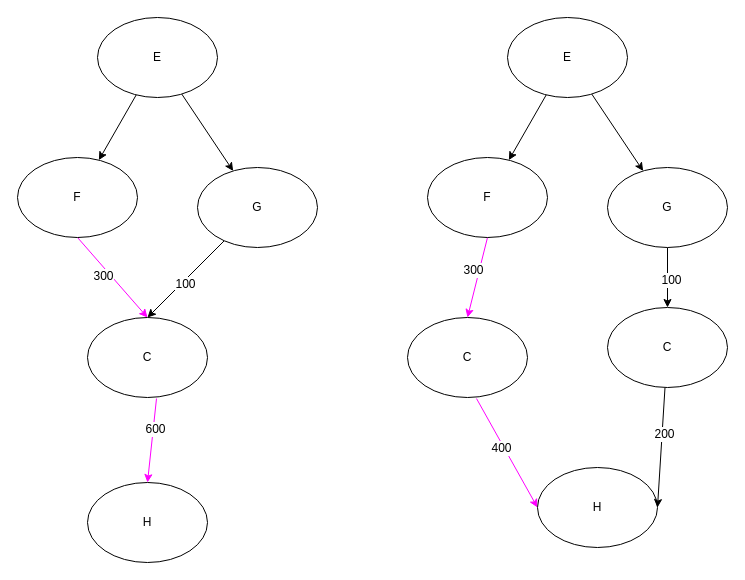
Before: 接口拓扑.drawio in biuboombiuboom/mydrawio, a draw.io diagram. Source tidied: cells renumbered, new cells numbered last; positions are measured from the earlier drawing's top-left corner, leaving out a move shared by most shapes. Both pictures are drawn from the tidied source at 100%, with x=0, y=0 at pixel (17, 17).
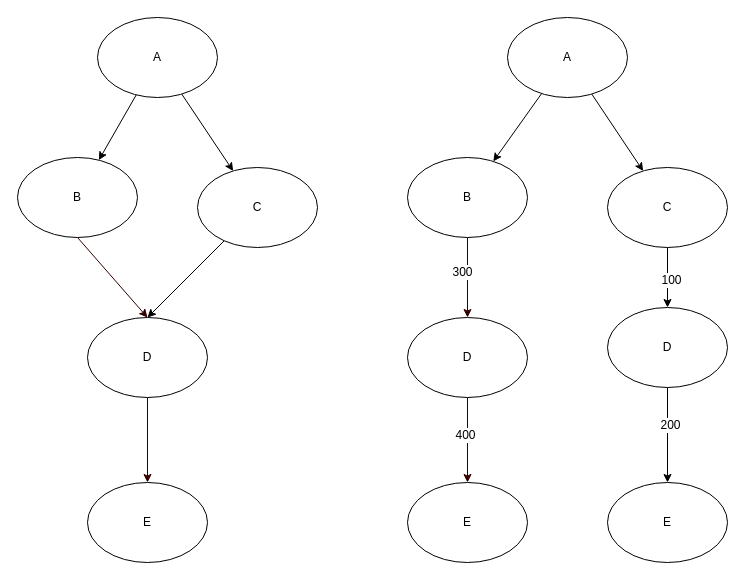
Above is the later version.

Commit message:
更新接口拓扑.drawio

Unchanged cells that the change refers to:
```xml
<mxCell id="25" style="rounded=0;jettySize=auto;html=1;fontFamily=Helvetica;fontSize=12;fontColor=default;" parent="1" edge="1" source="27">
  <mxGeometry relative="1" as="geometry">
    <mxPoint x="130" y="300" as="targetPoint" />
  </mxGeometry>
</mxCell>
```

The edit, as a diff of the source:
```diff
@@
-    <mxCell id="2" style="rounded=0;jettySize=auto;html=1;exitX=0.575;exitY=1.013;exitDx=0;exitDy=0;strokeColor=#FF00FF;exitPerimeter=0;entryX=0;entryY=0.5;entryDx=0;entryDy=0;" parent="1" edge="1" source="15" target="7">
+    <mxCell id="2" style="rounded=0;jettySize=auto;html=1;strokeColor=#330000;entryX=0.5;entryY=0;entryDx=0;entryDy=0;exitX=0.5;exitY=1;exitDx=0;exitDy=0;" parent="1" edge="1" source="15" target="7">
       <mxGeometry relative="1" as="geometry" />
     </mxCell>
@@
-    <mxCell id="4" style="rounded=0;jettySize=auto;html=1;entryX=0.5;entryY=0;entryDx=0;entryDy=0;strokeColor=#FF00FF;exitX=0.5;exitY=1;exitDx=0;exitDy=0;" parent="1" edge="1" source="6" target="15">
+    <mxCell id="4" style="rounded=0;jettySize=auto;html=1;entryX=0.5;entryY=0;entryDx=0;entryDy=0;strokeColor=#330000;exitX=0.5;exitY=1;exitDx=0;exitDy=0;" parent="1" edge="1" source="6" target="15">
       <mxGeometry relative="1" as="geometry" />
     </mxCell>
@@
-    <mxCell id="6" value="F" style="ellipse;whiteSpace=wrap;html=1;" parent="1" vertex="1">
-      <mxGeometry x="410" y="140" width="120" height="80" as="geometry" />
+    <mxCell id="6" value="B" style="ellipse;whiteSpace=wrap;html=1;" parent="1" vertex="1">
+      <mxGeometry x="390" y="140" width="120" height="80" as="geometry" />
     </mxCell>
-    <mxCell id="7" value="H" style="ellipse;whiteSpace=wrap;html=1;" parent="1" vertex="1">
-      <mxGeometry x="520" y="450" width="120" height="80" as="geometry" />
+    <mxCell id="7" value="E" style="ellipse;whiteSpace=wrap;html=1;" parent="1" vertex="1">
+      <mxGeometry x="390" y="465" width="120" height="80" as="geometry" />
     </mxCell>
@@
-    <mxCell id="10" value="G" style="ellipse;whiteSpace=wrap;html=1;" parent="1" vertex="1">
+    <mxCell id="10" value="C" style="ellipse;whiteSpace=wrap;html=1;" parent="1" vertex="1">
       <mxGeometry x="590" y="150" width="120" height="80" as="geometry" />
     </mxCell>
@@
-    <mxCell id="14" value="E" style="ellipse;whiteSpace=wrap;html=1;" parent="1" vertex="1">
+    <mxCell id="14" value="A" style="ellipse;whiteSpace=wrap;html=1;" parent="1" vertex="1">
       <mxGeometry x="490" width="120" height="80" as="geometry" />
     </mxCell>
-    <mxCell id="15" value="C" style="ellipse;whiteSpace=wrap;html=1;" parent="1" vertex="1">
+    <mxCell id="15" value="D" style="ellipse;whiteSpace=wrap;html=1;" parent="1" vertex="1">
       <mxGeometry x="390" y="300" width="120" height="80" as="geometry" />
     </mxCell>
-    <mxCell id="16" style="rounded=0;jettySize=auto;html=1;entryX=1;entryY=0.5;entryDx=0;entryDy=0;fontFamily=Helvetica;fontSize=12;fontColor=default;" parent="1" edge="1" source="18" target="7">
+    <mxCell id="16" style="rounded=0;jettySize=auto;html=1;entryX=0.5;entryY=0;entryDx=0;entryDy=0;fontFamily=Helvetica;fontSize=12;fontColor=default;" parent="1" edge="1" source="18" target="33">
       <mxGeometry relative="1" as="geometry" />
     </mxCell>
@@
-    <mxCell id="18" value="C" style="ellipse;whiteSpace=wrap;html=1;" parent="1" vertex="1">
+    <mxCell id="18" value="D" style="ellipse;whiteSpace=wrap;html=1;" parent="1" vertex="1">
       <mxGeometry x="590" y="290" width="120" height="80" as="geometry" />
     </mxCell>
-    <mxCell id="19" style="rounded=0;jettySize=auto;html=1;exitX=0.575;exitY=1.013;exitDx=0;exitDy=0;strokeColor=#FF00FF;exitPerimeter=0;entryX=0.5;entryY=0;entryDx=0;entryDy=0;" parent="1" edge="1" source="32" target="24">
+    <mxCell id="19" style="rounded=0;jettySize=auto;html=1;exitX=0.5;exitY=1;exitDx=0;exitDy=0;strokeColor=#330000;entryX=0.5;entryY=0;entryDx=0;entryDy=0;" parent="1" edge="1" source="32" target="24">
       <mxGeometry relative="1" as="geometry" />
     </mxCell>
-    <mxCell id="20" value="600" style="edgeLabel;html=1;align=center;verticalAlign=middle;dashed=1;strokeColor=default;fontFamily=Helvetica;fontSize=12;fontColor=default;fillColor=none;" parent="19" vertex="1">
+    <mxCell id="20" style="edgeLabel;html=1;align=center;verticalAlign=middle;dashed=1;strokeColor=default;fontFamily=Helvetica;fontSize=12;fontColor=default;fillColor=none;" parent="19" vertex="1">
       <mxGeometry x="-0.28" y="2" relative="1" as="geometry" />
     </mxCell>
-    <mxCell id="21" style="rounded=0;jettySize=auto;html=1;entryX=0.5;entryY=0;entryDx=0;entryDy=0;strokeColor=#FF00FF;exitX=0.5;exitY=1;exitDx=0;exitDy=0;" parent="1" edge="1" source="23" target="32">
+    <mxCell id="21" style="rounded=0;jettySize=auto;html=1;entryX=0.5;entryY=0;entryDx=0;entryDy=0;strokeColor=#330000;exitX=0.5;exitY=1;exitDx=0;exitDy=0;" parent="1" edge="1" source="23" target="32">
       <mxGeometry relative="1" as="geometry" />
     </mxCell>
-    <mxCell id="22" value="300" style="edgeLabel;html=1;align=center;verticalAlign=middle;dashed=1;strokeColor=default;fontFamily=Helvetica;fontSize=12;fontColor=default;fillColor=none;" parent="21" vertex="1">
+    <mxCell id="22" style="edgeLabel;html=1;align=center;verticalAlign=middle;dashed=1;strokeColor=default;fontFamily=Helvetica;fontSize=12;fontColor=default;fillColor=none;" parent="21" vertex="1">
       <mxGeometry x="-0.14" y="-6" relative="1" as="geometry" />
     </mxCell>
-    <mxCell id="23" value="F" style="ellipse;whiteSpace=wrap;html=1;" parent="1" vertex="1">
+    <mxCell id="23" value="B" style="ellipse;whiteSpace=wrap;html=1;" parent="1" vertex="1">
       <mxGeometry y="140" width="120" height="80" as="geometry" />
     </mxCell>
-    <mxCell id="24" value="H" style="ellipse;whiteSpace=wrap;html=1;" parent="1" vertex="1">
+    <mxCell id="24" value="E" style="ellipse;whiteSpace=wrap;html=1;" parent="1" vertex="1">
       <mxGeometry x="70" y="465" width="120" height="80" as="geometry" />
     </mxCell>
@@
-    <mxCell id="26" value="100" style="edgeLabel;html=1;align=center;verticalAlign=middle;dashed=1;strokeColor=default;fontFamily=Helvetica;fontSize=12;fontColor=default;fillColor=none;" parent="25" vertex="1">
+    <mxCell id="26" style="edgeLabel;html=1;align=center;verticalAlign=middle;dashed=1;strokeColor=default;fontFamily=Helvetica;fontSize=12;fontColor=default;fillColor=none;" parent="25" vertex="1">
       <mxGeometry x="0.07" y="3" relative="1" as="geometry" />
     </mxCell>
-    <mxCell id="27" value="G" style="ellipse;whiteSpace=wrap;html=1;" parent="1" vertex="1">
+    <mxCell id="27" value="C" style="ellipse;whiteSpace=wrap;html=1;" parent="1" vertex="1">
       <mxGeometry x="180" y="150" width="120" height="80" as="geometry" />
     </mxCell>
@@
-    <mxCell id="31" value="E" style="ellipse;whiteSpace=wrap;html=1;" parent="1" vertex="1">
+    <mxCell id="31" value="A" style="ellipse;whiteSpace=wrap;html=1;" parent="1" vertex="1">
       <mxGeometry x="80" width="120" height="80" as="geometry" />
     </mxCell>
-    <mxCell id="32" value="C" style="ellipse;whiteSpace=wrap;html=1;" parent="1" vertex="1">
+    <mxCell id="32" value="D" style="ellipse;whiteSpace=wrap;html=1;" parent="1" vertex="1">
       <mxGeometry x="70" y="300" width="120" height="80" as="geometry" />
     </mxCell>
+    <mxCell id="33" value="E" style="ellipse;whiteSpace=wrap;html=1;" parent="1" vertex="1">
+      <mxGeometry x="590" y="465" width="120" height="80" as="geometry" />
+    </mxCell>
```
